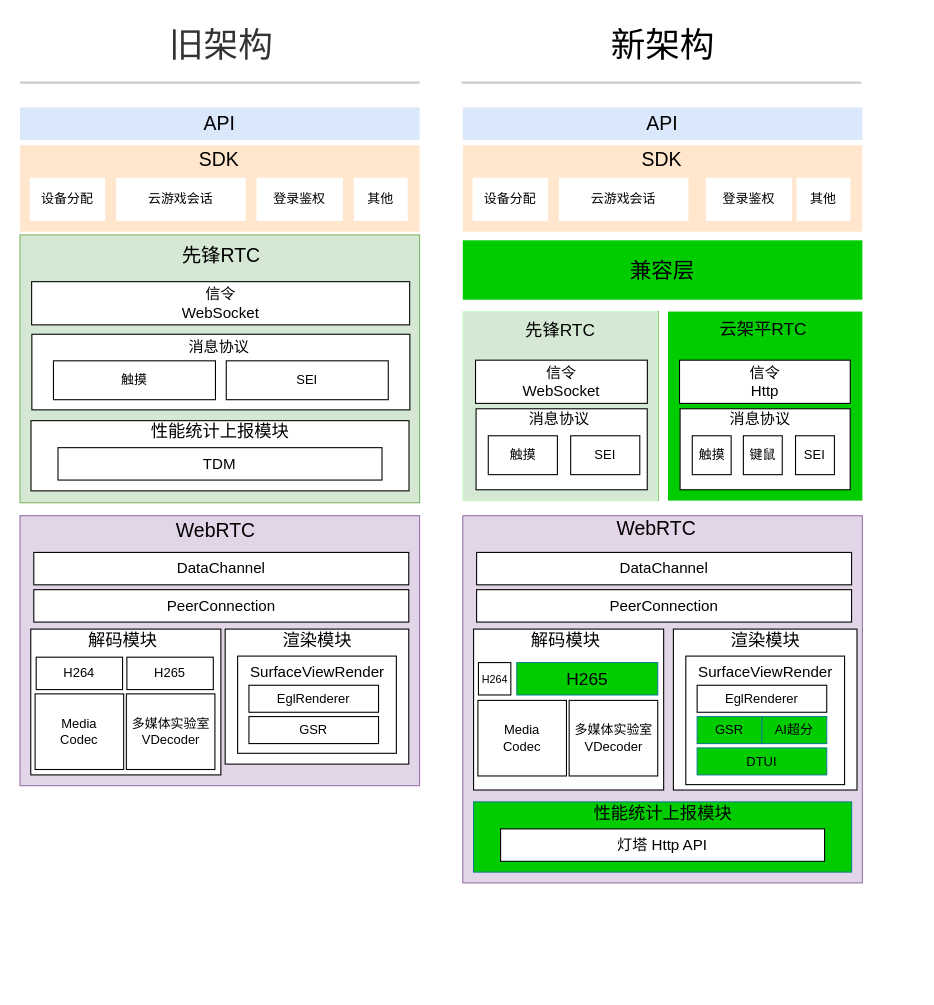
Earlier version of the draw.io diagram 多RTC架构图.drawio (Eveninger/draw.io). Source tidied: cells renumbered, new cells numbered last; positions are measured from the earlier drawing's top-left corner, leaving out a move shared by most shapes. Both pictures are drawn from the tidied source at 108%, with x=0, y=0 at pixel (19, 18).
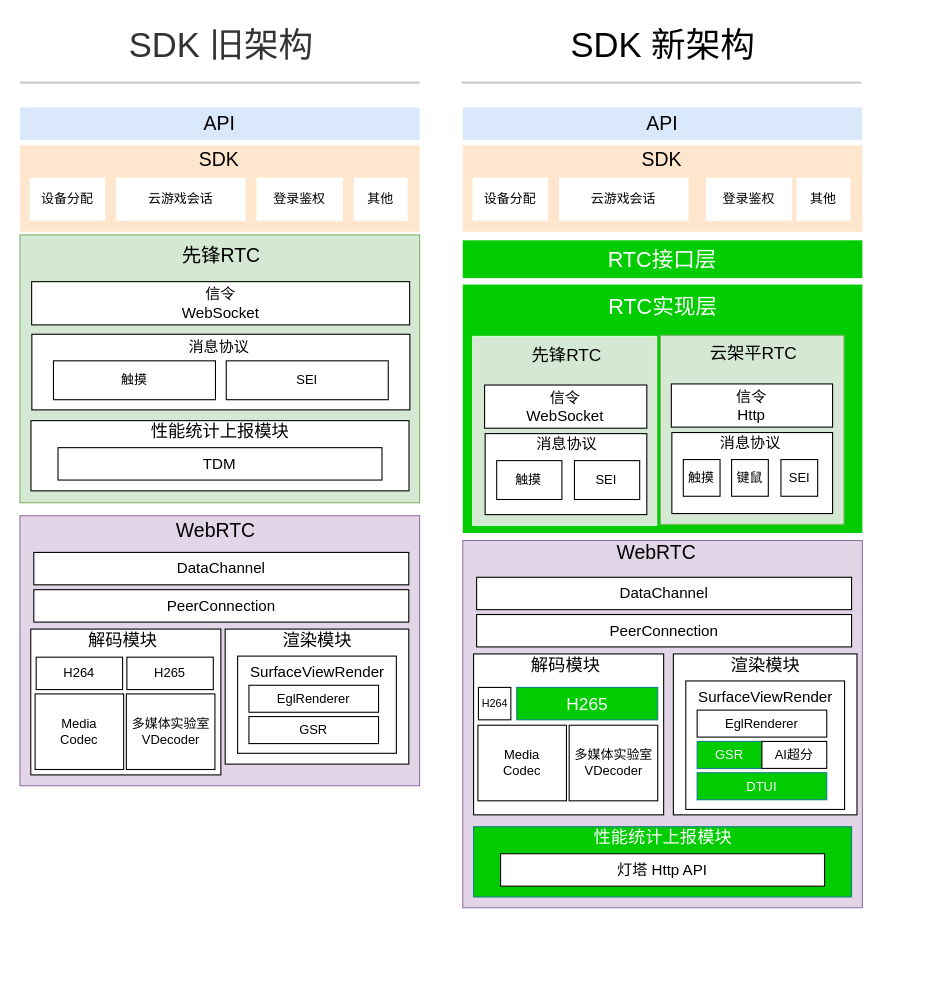
Above is the later version.

Commit message (it also covers changes not shown here):
更新多RTC架构图.drawio

Unchanged cells that the change refers to:
```xml
<mxCell id="38" style="group;" parent="37" vertex="1">
  <mxGeometry width="350" height="70" as="geometry" />
</mxCell>
```

Diff of the diagram source:
```diff
@@
-    <mxCell id="5" value="&lt;font face=&quot;腾讯体&quot;&gt;&lt;font style=&quot;font-size: 20px;&quot;&gt;兼容层&lt;/font&gt;&lt;br&gt;&lt;/font&gt;" style="rounded=0;whiteSpace=wrap;html=1;fontSize=18;fillColor=#00CC00;strokeColor=none;fontColor=#000000;" parent="1" vertex="1">
-      <mxGeometry x="410" y="205" width="370" height="55" as="geometry" />
+    <mxCell id="5" value="&lt;font face=&quot;腾讯体&quot;&gt;&lt;font style=&quot;font-size: 20px; color: rgb(255, 255, 255);&quot;&gt;RTC接口层&lt;/font&gt;&lt;br&gt;&lt;/font&gt;" style="rounded=0;whiteSpace=wrap;html=1;fontSize=18;fillColor=#00CC00;strokeColor=none;fontColor=#000000;" parent="1" vertex="1">
+      <mxGeometry x="410" y="205" width="370" height="35" as="geometry" />
     </mxCell>
     <mxCell id="6" style="rounded=0;whiteSpace=wrap;html=1;fillColor=#e1d5e7;strokeColor=#9673a6;" parent="1" vertex="1">
-      <mxGeometry x="410" y="460" width="370" height="340" as="geometry" />
+      <mxGeometry x="410" y="483" width="370" height="340" as="geometry" />
     </mxCell>
     <mxCell id="7" value="DataChannel" style="rounded=0;whiteSpace=wrap;html=1;fontFamily=腾讯体;fontSize=14;" parent="1" vertex="1">
-      <mxGeometry x="422.8" y="494" width="347.2" height="30" as="geometry" />
+      <mxGeometry x="422.8" y="517" width="347.2" height="30" as="geometry" />
     </mxCell>
@@
     <mxCell id="10" value="WebRTC" style="text;html=1;align=center;verticalAlign=middle;strokeColor=none;fillColor=none;fontSize=18;fontFamily=腾讯体;" parent="1" vertex="1">
-      <mxGeometry x="544" y="452" width="90" height="40" as="geometry" />
+      <mxGeometry x="544" y="475" width="90" height="40" as="geometry" />
     </mxCell>
     <mxCell id="11" value="PeerConnection" style="rounded=0;whiteSpace=wrap;html=1;fontFamily=腾讯体;fontSize=14;" parent="1" vertex="1">
-      <mxGeometry x="422.8" y="528.5" width="347.2" height="30" as="geometry" />
+      <mxGeometry x="422.8" y="551.5" width="347.2" height="30" as="geometry" />
     </mxCell>
     <mxCell id="12" style="group;" parent="1" vertex="1">
-      <mxGeometry x="420" y="560" width="176" height="154" as="geometry" />
+      <mxGeometry x="420" y="583" width="176" height="154" as="geometry" />
     </mxCell>
@@
-    <mxCell id="18" value="&lt;font style=&quot;font-size: 16px;&quot; face=&quot;腾讯体&quot;&gt;H265&lt;/font&gt;" style="whiteSpace=wrap;html=1;fillColor=#00CC00;strokeColor=#0e8088;" parent="12" vertex="1">
+    <mxCell id="18" value="&lt;font style=&quot;font-size: 16px; color: rgb(255, 255, 255);&quot; face=&quot;腾讯体&quot;&gt;H265&lt;/font&gt;" style="whiteSpace=wrap;html=1;fillColor=#00CC00;strokeColor=#0e8088;" parent="12" vertex="1">
       <mxGeometry x="40" y="36" width="130.5" height="30" as="geometry" />
     </mxCell>
-    <mxCell id="19" style="group;fillColor=#00CC00;strokeColor=none;fontColor=#ffffff;" parent="1" vertex="1">
-      <mxGeometry x="600" y="271" width="180" height="175" as="geometry" />
-    </mxCell>
-    <mxCell id="20" style="rounded=0;whiteSpace=wrap;html=1;" parent="19" vertex="1">
-      <mxGeometry x="11.2" y="90" width="157.5" height="75" as="geometry" />
-    </mxCell>
-    <mxCell id="21" value="&lt;font style=&quot;font-size: 14px;&quot; face=&quot;腾讯体&quot;&gt;信令&lt;br&gt;Http&lt;/font&gt;" style="rounded=0;whiteSpace=wrap;html=1;" parent="19" vertex="1">
-      <mxGeometry x="10.7" y="45" width="158.1" height="40" as="geometry" />
-    </mxCell>
-    <mxCell id="22" value="云架平RTC" style="text;html=1;align=center;verticalAlign=middle;strokeColor=none;fillColor=none;fontSize=16;fontFamily=腾讯体;" parent="19" vertex="1">
-      <mxGeometry x="37.7" y="1" width="100" height="30" as="geometry" />
-    </mxCell>
-    <mxCell id="23" value="&lt;font style=&quot;font-size: 14px;&quot; face=&quot;腾讯体&quot;&gt;消息协议&lt;/font&gt;" style="text;html=1;align=center;verticalAlign=middle;strokeColor=none;fillColor=none;" parent="19" vertex="1">
-      <mxGeometry x="45" y="85" width="80" height="30" as="geometry" />
-    </mxCell>
-    <mxCell id="24" value="触摸" style="whiteSpace=wrap;html=1;fontFamily=腾讯体;" parent="19" vertex="1">
-      <mxGeometry x="22.5" y="115" width="36" height="36" as="geometry" />
-    </mxCell>
-    <mxCell id="25" value="键鼠" style="whiteSpace=wrap;html=1;fontFamily=腾讯体;" parent="19" vertex="1">
-      <mxGeometry x="69.8" y="115" width="36" height="36" as="geometry" />
-    </mxCell>
-    <mxCell id="26" value="SEI" style="whiteSpace=wrap;html=1;fontFamily=腾讯体;" parent="19" vertex="1">
-      <mxGeometry x="118.1" y="115" width="36" height="36" as="geometry" />
-    </mxCell>
-    <mxCell id="27" style="group;fillColor=#d5e8d4;strokeColor=#82b366;" parent="1" vertex="1">
-      <mxGeometry x="411" y="271" width="180" height="175" as="geometry" />
-    </mxCell>
-    <mxCell id="28" style="rounded=0;whiteSpace=wrap;html=1;fillColor=#d5e8d4;strokeColor=#CCFFCC;" parent="27" vertex="1">
-      <mxGeometry x="-1" width="180" height="175" as="geometry" />
-    </mxCell>
-    <mxCell id="29" style="rounded=0;whiteSpace=wrap;html=1;" parent="27" vertex="1">
-      <mxGeometry x="11.3" y="90" width="158.5" height="75" as="geometry" />
-    </mxCell>
-    <mxCell id="30" value="&lt;font face=&quot;腾讯体&quot;&gt;&lt;span style=&quot;font-size: 14px;&quot;&gt;信令&lt;br&gt;WebSocket&lt;/span&gt;&lt;/font&gt;" style="rounded=0;whiteSpace=wrap;html=1;" parent="27" vertex="1">
-      <mxGeometry x="10.8" y="45" width="159.1" height="40" as="geometry" />
-    </mxCell>
-    <mxCell id="31" value="先锋RTC" style="text;html=1;align=center;verticalAlign=middle;strokeColor=none;fillColor=none;fontSize=16;fontFamily=腾讯体;" parent="27" vertex="1">
-      <mxGeometry x="48.5" y="2" width="80" height="30" as="geometry" />
-    </mxCell>
-    <mxCell id="32" value="&lt;font style=&quot;font-size: 14px;&quot; face=&quot;腾讯体&quot;&gt;消息协议&lt;/font&gt;" style="text;html=1;align=center;verticalAlign=middle;strokeColor=none;fillColor=none;" parent="27" vertex="1">
-      <mxGeometry x="48.3" y="85" width="80" height="30" as="geometry" />
-    </mxCell>
-    <mxCell id="33" value="触摸" style="whiteSpace=wrap;html=1;fontFamily=腾讯体;" parent="27" vertex="1">
-      <mxGeometry x="22.6" y="115" width="64" height="36" as="geometry" />
-    </mxCell>
-    <mxCell id="34" value="SEI" style="whiteSpace=wrap;html=1;fontFamily=腾讯体;" parent="27" vertex="1">
-      <mxGeometry x="98.9" y="115" width="64" height="36" as="geometry" />
-    </mxCell>
@@
     <mxCell id="37" style="group;" parent="1" vertex="1">
-      <mxGeometry x="420" y="720" width="350" height="154" as="geometry" />
+      <mxGeometry x="420" y="743" width="350" height="154" as="geometry" />
     </mxCell>
@@
-    <mxCell id="40" value="性能统计上报模块" style="text;html=1;align=center;verticalAlign=middle;strokeColor=none;fillColor=none;fontFamily=腾讯体;fontSize=16;" parent="38" vertex="1">
+    <mxCell id="40" value="&lt;font style=&quot;color: rgb(255, 255, 255);&quot;&gt;性能统计上报模块&lt;/font&gt;" style="text;html=1;align=center;verticalAlign=middle;strokeColor=none;fillColor=none;fontFamily=腾讯体;fontSize=16;" parent="38" vertex="1">
       <mxGeometry x="100" width="150" height="30" as="geometry" />
     </mxCell>
@@
     <mxCell id="79" style="rounded=0;whiteSpace=wrap;html=1;" parent="1" vertex="1">
-      <mxGeometry x="605" y="565" width="170" height="149" as="geometry" />
+      <mxGeometry x="605" y="588" width="170" height="149" as="geometry" />
     </mxCell>
     <mxCell id="80" value="渲染模块" style="text;html=1;align=center;verticalAlign=middle;strokeColor=none;fillColor=none;fontFamily=腾讯体;fontSize=16;" parent="1" vertex="1">
-      <mxGeometry x="645" y="560" width="90" height="30" as="geometry" />
+      <mxGeometry x="645" y="583" width="90" height="30" as="geometry" />
     </mxCell>
     <mxCell id="81" style="rounded=0;whiteSpace=wrap;html=1;" parent="1" vertex="1">
-      <mxGeometry x="616.5" y="590" width="147" height="119" as="geometry" />
+      <mxGeometry x="616.5" y="613" width="147" height="119" as="geometry" />
     </mxCell>
     <mxCell id="82" value="&lt;font style=&quot;font-size: 14px;&quot;&gt;SurfaceView&lt;span style=&quot;background-color: transparent; color: light-dark(rgb(0, 0, 0), rgb(255, 255, 255));&quot;&gt;Render&lt;/span&gt;&lt;/font&gt;" style="text;html=1;align=center;verticalAlign=middle;strokeColor=none;fillColor=none;fontFamily=腾讯体;" parent="1" vertex="1">
-      <mxGeometry x="615" y="590" width="150" height="30" as="geometry" />
+      <mxGeometry x="615" y="613" width="150" height="30" as="geometry" />
     </mxCell>
     <mxCell id="83" value="&lt;font face=&quot;腾讯体&quot;&gt;EglRenderer&lt;/font&gt;" style="rounded=0;whiteSpace=wrap;html=1;" parent="1" vertex="1">
-      <mxGeometry x="627" y="617" width="120" height="25" as="geometry" />
+      <mxGeometry x="627" y="640" width="120" height="25" as="geometry" />
     </mxCell>
-    <mxCell id="84" value="&lt;font face=&quot;腾讯体&quot;&gt;GSR&lt;/font&gt;" style="rounded=0;whiteSpace=wrap;html=1;fillColor=#00CC00;strokeColor=#0e8088;" parent="1" vertex="1">
-      <mxGeometry x="627" y="646" width="60" height="25" as="geometry" />
+    <mxCell id="84" value="&lt;font style=&quot;color: rgb(255, 255, 255);&quot; face=&quot;腾讯体&quot;&gt;GSR&lt;/font&gt;" style="rounded=0;whiteSpace=wrap;html=1;fillColor=#00CC00;strokeColor=#0e8088;" parent="1" vertex="1">
+      <mxGeometry x="627" y="669" width="60" height="25" as="geometry" />
     </mxCell>
-    <mxCell id="85" value="&lt;font face=&quot;腾讯体&quot;&gt;AI超分&lt;/font&gt;" style="rounded=0;whiteSpace=wrap;html=1;fillColor=#00CC00;strokeColor=#0e8088;" parent="1" vertex="1">
-      <mxGeometry x="687" y="646" width="60" height="25" as="geometry" />
+    <mxCell id="85" value="&lt;font face=&quot;腾讯体&quot;&gt;AI超分&lt;/font&gt;" style="rounded=0;whiteSpace=wrap;html=1;" parent="1" vertex="1">
+      <mxGeometry x="687" y="669" width="60" height="25" as="geometry" />
     </mxCell>
-    <mxCell id="86" value="&lt;font face=&quot;腾讯体&quot;&gt;DTUI&lt;/font&gt;" style="rounded=0;whiteSpace=wrap;html=1;fillColor=#00CC00;strokeColor=#0e8088;" parent="1" vertex="1">
-      <mxGeometry x="627" y="675" width="120" height="25" as="geometry" />
+    <mxCell id="86" value="&lt;font face=&quot;腾讯体&quot;&gt;DTUI&lt;/font&gt;" style="rounded=0;whiteSpace=wrap;html=1;fillColor=#00CC00;strokeColor=#0e8088;fontColor=#FFFFFF;" parent="1" vertex="1">
+      <mxGeometry x="627" y="698" width="120" height="25" as="geometry" />
     </mxCell>
-    <mxCell id="87" value="&lt;font style=&quot;color: rgb(51, 51, 51);&quot; face=&quot;腾讯体&quot;&gt;&lt;span style=&quot;font-size: 32px;&quot;&gt;旧架构&lt;/span&gt;&lt;/font&gt;" style="text;html=1;align=center;verticalAlign=middle;strokeColor=none;fillColor=none;" parent="1" vertex="1">
-      <mxGeometry x="126.4" width="120" height="50" as="geometry" />
+    <mxCell id="87" value="&lt;font style=&quot;color: rgb(51, 51, 51);&quot; face=&quot;腾讯体&quot;&gt;&lt;span style=&quot;font-size: 32px;&quot;&gt;SDK 旧架构&lt;/span&gt;&lt;/font&gt;" style="text;html=1;align=center;verticalAlign=middle;strokeColor=none;fillColor=none;" parent="1" vertex="1">
+      <mxGeometry x="91.4" width="190" height="50" as="geometry" />
     </mxCell>
-    <mxCell id="88" value="&lt;font face=&quot;腾讯体&quot;&gt;&lt;span style=&quot;font-size: 32px;&quot;&gt;新架构&lt;/span&gt;&lt;/font&gt;" style="text;html=1;align=center;verticalAlign=middle;strokeColor=none;fillColor=none;" parent="1" vertex="1">
-      <mxGeometry x="535" width="120" height="50" as="geometry" />
+    <mxCell id="88" value="&lt;font face=&quot;腾讯体&quot;&gt;&lt;span style=&quot;font-size: 32px;&quot;&gt;SDK 新架构&lt;/span&gt;&lt;/font&gt;" style="text;html=1;align=center;verticalAlign=middle;strokeColor=none;fillColor=none;" parent="1" vertex="1">
+      <mxGeometry x="500" width="190" height="50" as="geometry" />
     </mxCell>
@@
+    <mxCell id="91" style="group;" parent="1" vertex="1">
+      <mxGeometry x="411" y="271" width="419" height="229" as="geometry" />
+    </mxCell>
+    <mxCell id="92" value="&lt;font face=&quot;腾讯体&quot;&gt;&lt;br&gt;&lt;/font&gt;" style="rounded=0;whiteSpace=wrap;html=1;fontSize=18;fillColor=#00CC00;strokeColor=none;fontColor=#000000;" parent="91" vertex="1">
+      <mxGeometry x="-1" y="-25" width="370" height="230" as="geometry" />
+    </mxCell>
+    <mxCell id="19" style="group;fillColor=#d5e8d4;strokeColor=#82b366;" parent="91" vertex="1">
+      <mxGeometry x="182" y="22" width="170" height="175" as="geometry" />
+    </mxCell>
+    <mxCell id="20" style="rounded=0;whiteSpace=wrap;html=1;" parent="19" vertex="1">
+      <mxGeometry x="10.6" y="90" width="148.8" height="75" as="geometry" />
+    </mxCell>
+    <mxCell id="21" value="&lt;font style=&quot;font-size: 14px;&quot; face=&quot;腾讯体&quot;&gt;信令&lt;br&gt;Http&lt;/font&gt;" style="rounded=0;whiteSpace=wrap;html=1;" parent="19" vertex="1">
+      <mxGeometry x="10.1" y="45" width="149.3" height="40" as="geometry" />
+    </mxCell>
+    <mxCell id="22" value="云架平RTC" style="text;html=1;align=center;verticalAlign=middle;strokeColor=none;fillColor=none;fontSize=16;fontFamily=腾讯体;" parent="19" vertex="1">
+      <mxGeometry x="35.6" y="1" width="100" height="30" as="geometry" />
+    </mxCell>
+    <mxCell id="23" value="&lt;font style=&quot;font-size: 14px;&quot; face=&quot;腾讯体&quot;&gt;消息协议&lt;/font&gt;" style="text;html=1;align=center;verticalAlign=middle;strokeColor=none;fillColor=none;" parent="19" vertex="1">
+      <mxGeometry x="42.5" y="85" width="80" height="30" as="geometry" />
+    </mxCell>
+    <mxCell id="24" value="触摸" style="whiteSpace=wrap;html=1;fontFamily=腾讯体;" parent="19" vertex="1">
+      <mxGeometry x="21.2" y="115" width="34" height="34" as="geometry" />
+    </mxCell>
+    <mxCell id="25" value="键鼠" style="whiteSpace=wrap;html=1;fontFamily=腾讯体;" parent="19" vertex="1">
+      <mxGeometry x="65.9" y="115" width="34" height="34" as="geometry" />
+    </mxCell>
+    <mxCell id="26" value="SEI" style="whiteSpace=wrap;html=1;fontFamily=腾讯体;" parent="19" vertex="1">
+      <mxGeometry x="111.6" y="115" width="34" height="34" as="geometry" />
+    </mxCell>
+    <mxCell id="27" style="group;fillColor=#d5e8d4;strokeColor=#82b366;" parent="91" vertex="1">
+      <mxGeometry x="9" y="23" width="170" height="175" as="geometry" />
+    </mxCell>
+    <mxCell id="28" style="rounded=0;whiteSpace=wrap;html=1;fillColor=#d5e8d4;strokeColor=#CCFFCC;" parent="27" vertex="1">
+      <mxGeometry x="-0.9" width="170" height="175" as="geometry" />
+    </mxCell>
+    <mxCell id="29" style="rounded=0;whiteSpace=wrap;html=1;" parent="27" vertex="1">
+      <mxGeometry x="10.7" y="90" width="149.7" height="75" as="geometry" />
+    </mxCell>
+    <mxCell id="30" value="&lt;font face=&quot;腾讯体&quot;&gt;&lt;span style=&quot;font-size: 14px;&quot;&gt;信令&lt;br&gt;WebSocket&lt;/span&gt;&lt;/font&gt;" style="rounded=0;whiteSpace=wrap;html=1;" parent="27" vertex="1">
+      <mxGeometry x="10.2" y="45" width="150.2" height="40" as="geometry" />
+    </mxCell>
+    <mxCell id="31" value="先锋RTC" style="text;html=1;align=center;verticalAlign=middle;strokeColor=none;fillColor=none;fontSize=16;fontFamily=腾讯体;" parent="27" vertex="1">
+      <mxGeometry x="45.8" y="2" width="80" height="30" as="geometry" />
+    </mxCell>
+    <mxCell id="32" value="&lt;font style=&quot;font-size: 14px;&quot; face=&quot;腾讯体&quot;&gt;消息协议&lt;/font&gt;" style="text;html=1;align=center;verticalAlign=middle;strokeColor=none;fillColor=none;" parent="27" vertex="1">
+      <mxGeometry x="45.6" y="85" width="80" height="30" as="geometry" />
+    </mxCell>
+    <mxCell id="33" value="触摸" style="whiteSpace=wrap;html=1;fontFamily=腾讯体;" parent="27" vertex="1">
+      <mxGeometry x="21.4" y="115" width="60.4" height="36" as="geometry" />
+    </mxCell>
+    <mxCell id="34" value="SEI" style="whiteSpace=wrap;html=1;fontFamily=腾讯体;" parent="27" vertex="1">
+      <mxGeometry x="93.4" y="115" width="60.4" height="36" as="geometry" />
+    </mxCell>
+    <mxCell id="93" value="&lt;font face=&quot;腾讯体&quot; style=&quot;color: rgb(255, 255, 255); font-size: 20px;&quot;&gt;RTC实现层&lt;/font&gt;" style="text;html=1;align=center;verticalAlign=middle;strokeColor=none;fillColor=none;" parent="91" vertex="1">
+      <mxGeometry x="124" y="-25" width="120" height="40" as="geometry" />
+    </mxCell>
```
